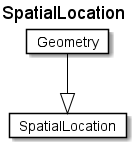
The PlantUML diagram fragments/diagrams/SpatialLocation.png in rtigran/rdf2adoc, before a commit.
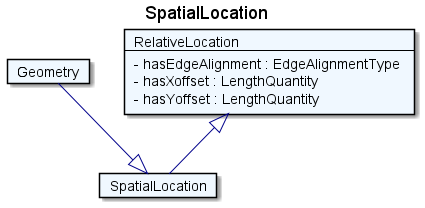
After the change.

The edit, as a diff of the source:
```diff
@@ -1,11 +1,19 @@
 @startuml
 Title SpatialLocation
 
-Card SpatialLocation #fff [
+Card SpatialLocation #F0F8FF [
 SpatialLocation
 ]
-Card Geometry #fff [
+Card Geometry #F0F8FF [
 Geometry
 ]
-Geometry --|> SpatialLocation  #000
+Geometry --|> SpatialLocation  #00008B
+Card RelativeLocation #F0F8FF [
+RelativeLocation
+----
+- hasEdgeAlignment : EdgeAlignmentType
+- hasXoffset : LengthQuantity
+- hasYoffset : LengthQuantity
+]
+RelativeLocation <|-- SpatialLocation  #00008B
 @enduml
```
